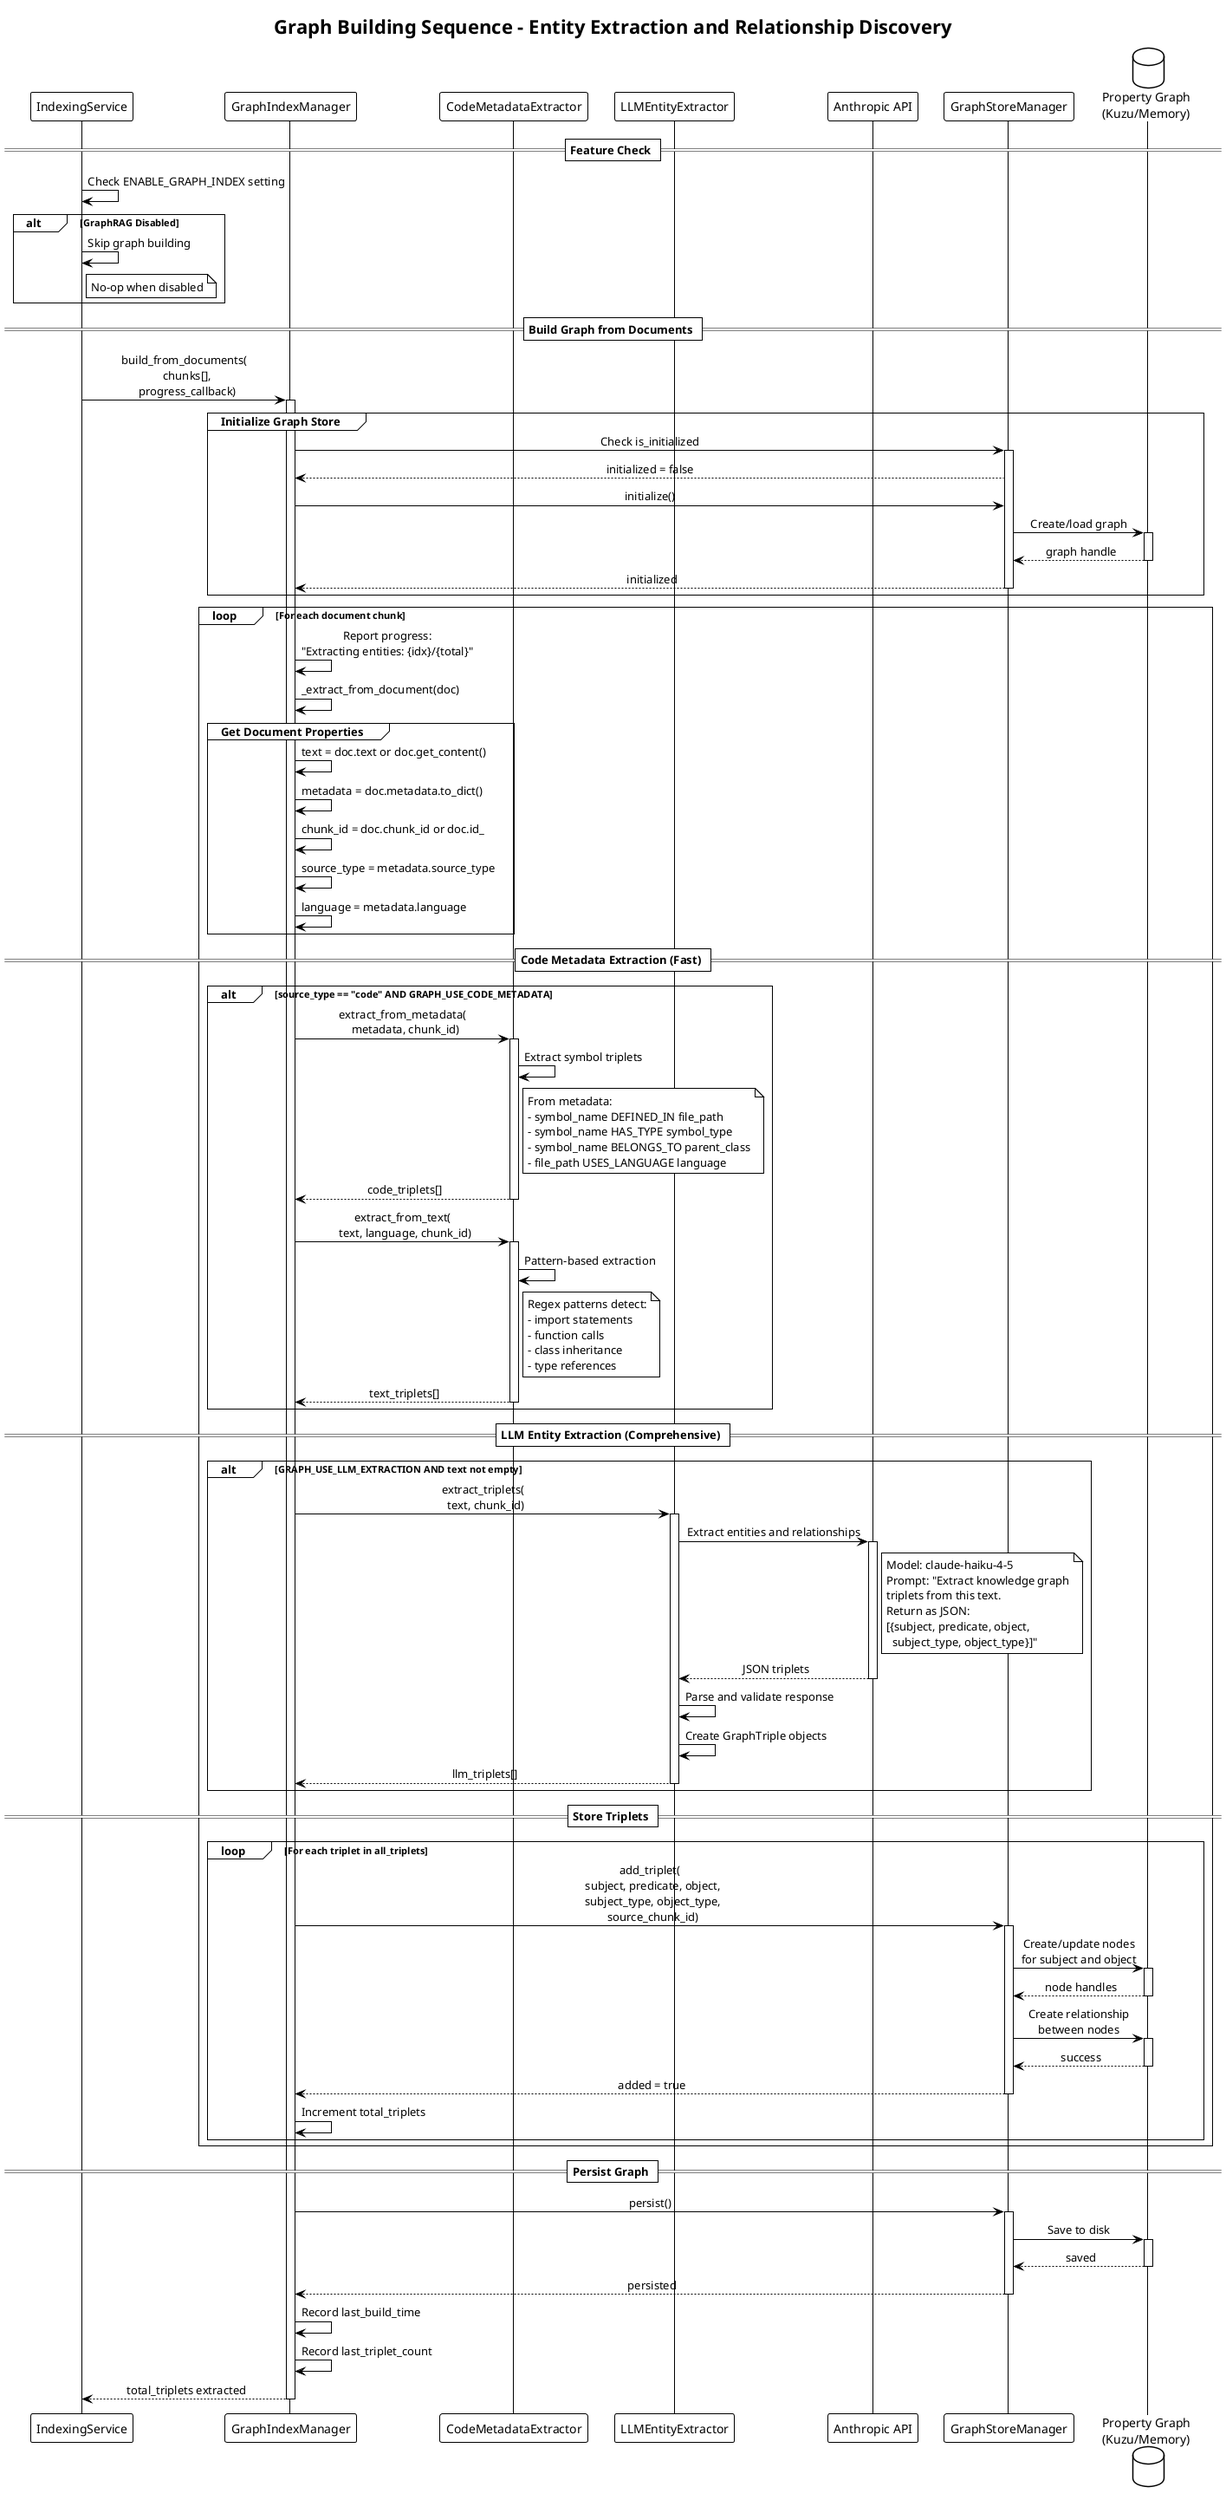
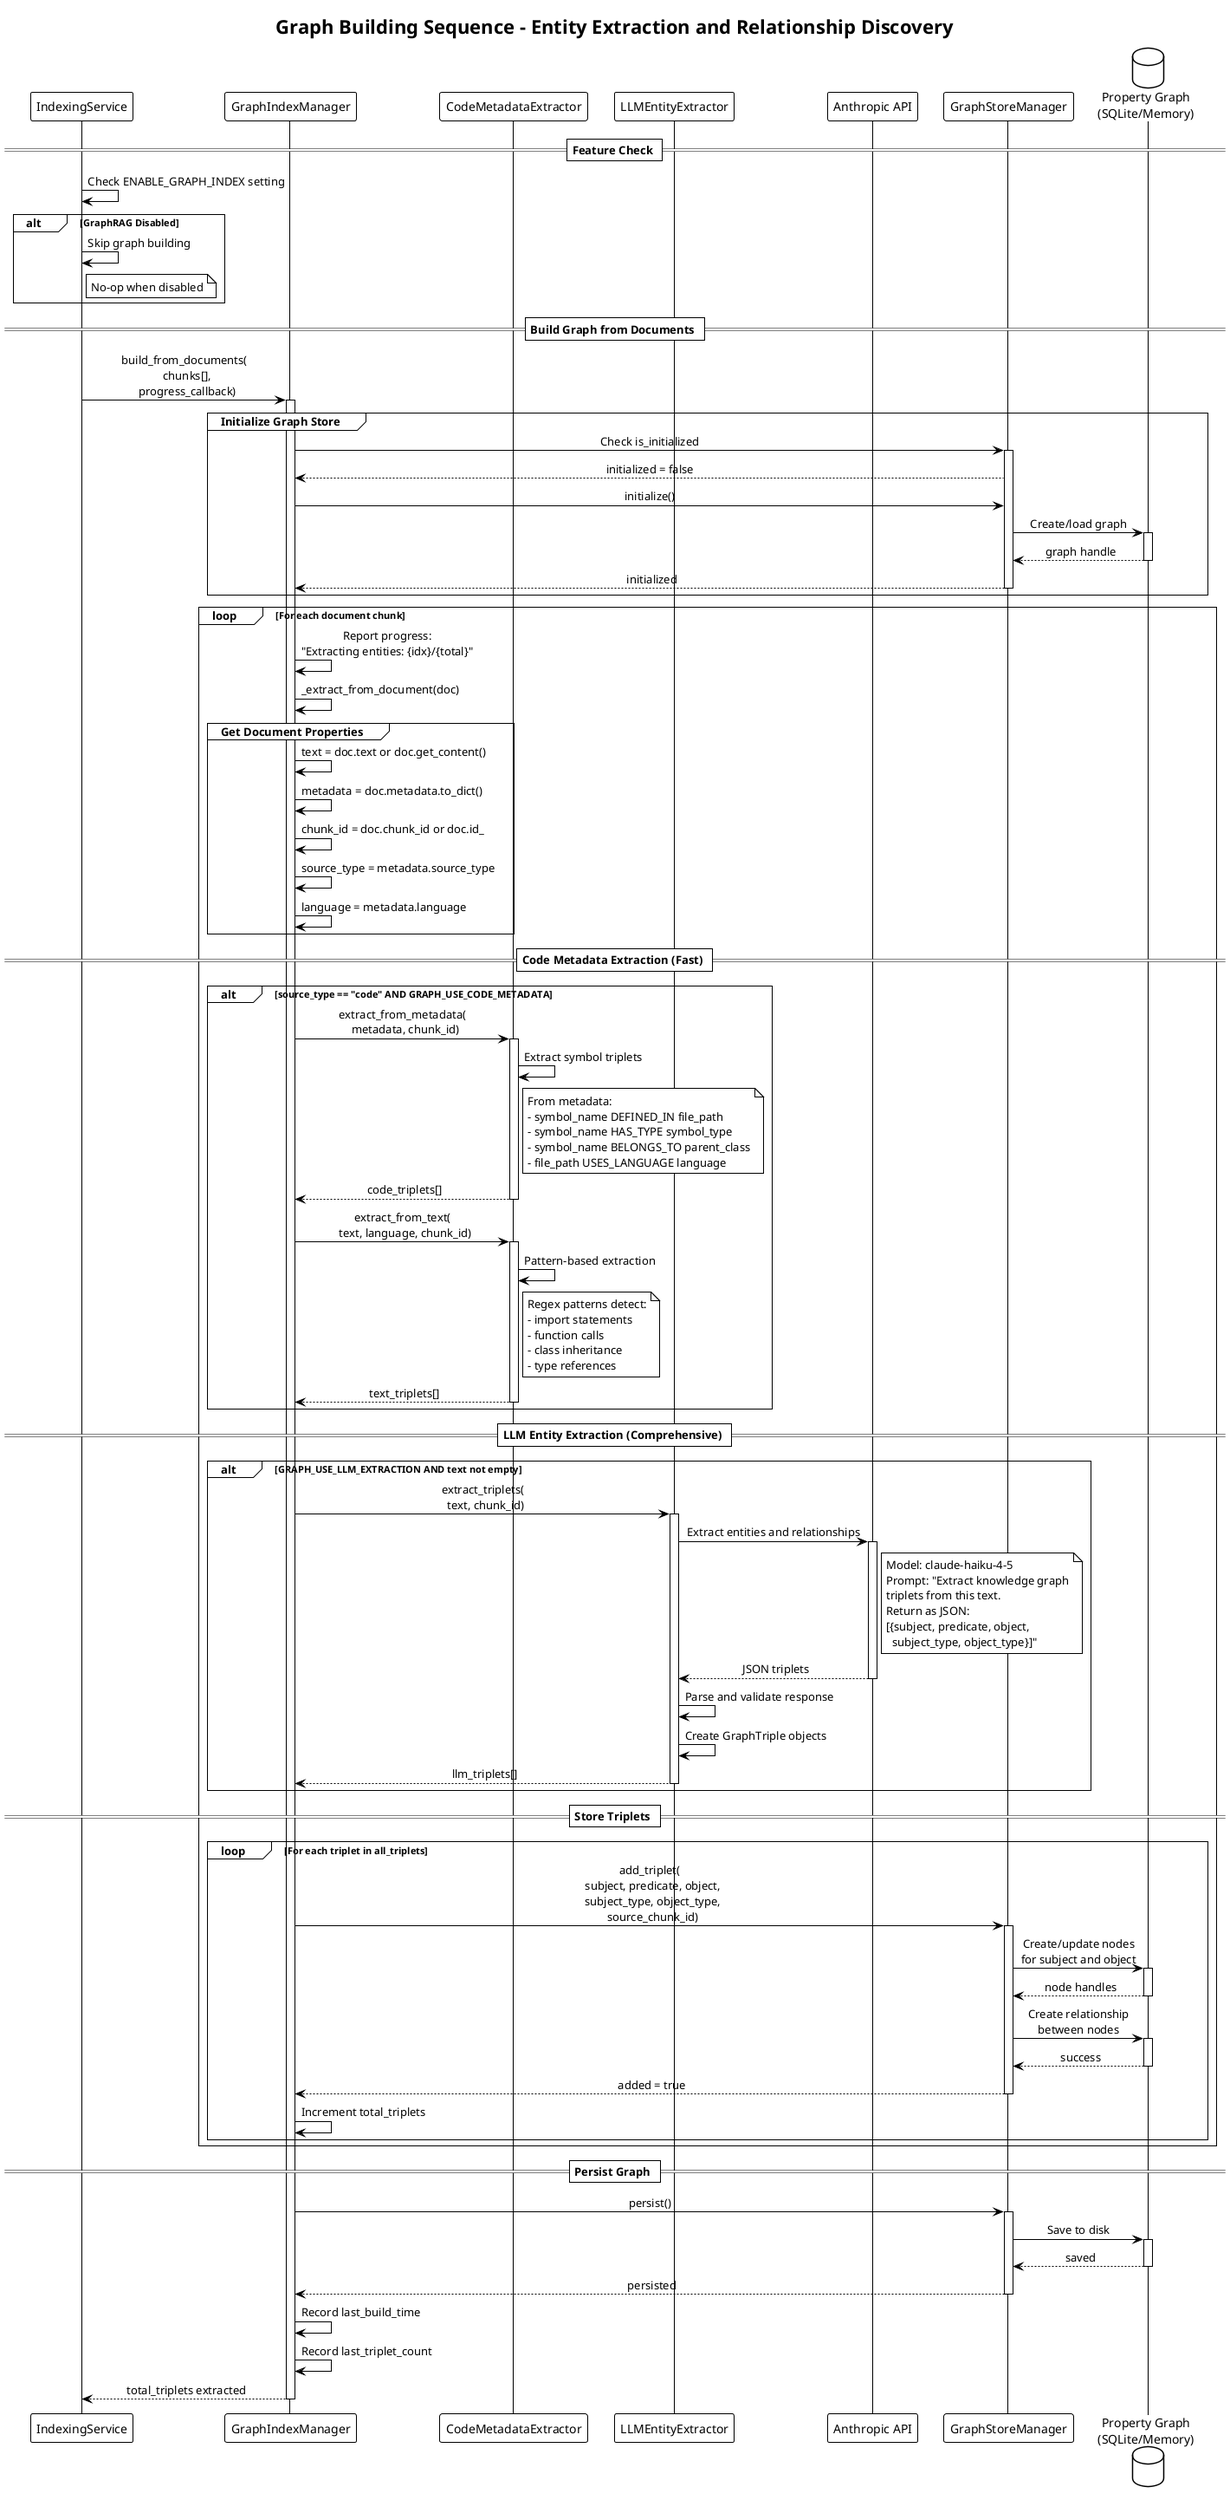
@startuml Graph Building Sequence
!theme plain
skinparam sequenceMessageAlign center
skinparam responseMessageBelowArrow true

title Graph Building Sequence - Entity Extraction and Relationship Discovery

participant "IndexingService" as IS
participant "GraphIndexManager" as GIM
participant "CodeMetadataExtractor" as CME
participant "LLMEntityExtractor" as LLM
participant "Anthropic API" as Claude
participant "GraphStoreManager" as GSM
- database "Property Graph\n(Kuzu/Memory)" as Graph
+ database "Property Graph\n(SQLite/Memory)" as Graph

== Feature Check ==

IS -> IS : Check ENABLE_GRAPH_INDEX setting

alt GraphRAG Disabled
    IS -> IS : Skip graph building
    note right of IS: No-op when disabled
end

== Build Graph from Documents ==

IS -> GIM : build_from_documents(\n  chunks[],\n  progress_callback)
activate GIM

group Initialize Graph Store
    GIM -> GSM : Check is_initialized
    activate GSM
    GSM --> GIM : initialized = false

    GIM -> GSM : initialize()
    GSM -> Graph : Create/load graph
    activate Graph
    Graph --> GSM : graph handle
    deactivate Graph
    GSM --> GIM : initialized
    deactivate GSM
end

loop For each document chunk

    GIM -> GIM : Report progress:\n"Extracting entities: {idx}/{total}"

    GIM -> GIM : _extract_from_document(doc)

    group Get Document Properties
        GIM -> GIM : text = doc.text or doc.get_content()
        GIM -> GIM : metadata = doc.metadata.to_dict()
        GIM -> GIM : chunk_id = doc.chunk_id or doc.id_
        GIM -> GIM : source_type = metadata.source_type
        GIM -> GIM : language = metadata.language
    end

    == Code Metadata Extraction (Fast) ==

    alt source_type == "code" AND GRAPH_USE_CODE_METADATA
        GIM -> CME : extract_from_metadata(\n  metadata, chunk_id)
        activate CME

        CME -> CME : Extract symbol triplets
        note right of CME
            From metadata:
            - symbol_name DEFINED_IN file_path
            - symbol_name HAS_TYPE symbol_type
            - symbol_name BELONGS_TO parent_class
            - file_path USES_LANGUAGE language
        end note

        CME --> GIM : code_triplets[]
        deactivate CME

        GIM -> CME : extract_from_text(\n  text, language, chunk_id)
        activate CME

        CME -> CME : Pattern-based extraction
        note right of CME
            Regex patterns detect:
            - import statements
            - function calls
            - class inheritance
            - type references
        end note

        CME --> GIM : text_triplets[]
        deactivate CME
    end

    == LLM Entity Extraction (Comprehensive) ==

    alt GRAPH_USE_LLM_EXTRACTION AND text not empty
        GIM -> LLM : extract_triplets(\n  text, chunk_id)
        activate LLM

        LLM -> Claude : Extract entities and relationships
        activate Claude
        note right of Claude
            Model: claude-haiku-4-5
            Prompt: "Extract knowledge graph
            triplets from this text.
            Return as JSON:
            [{subject, predicate, object,
              subject_type, object_type}]"
        end note

        Claude --> LLM : JSON triplets
        deactivate Claude

        LLM -> LLM : Parse and validate response
        LLM -> LLM : Create GraphTriple objects

        LLM --> GIM : llm_triplets[]
        deactivate LLM
    end

    == Store Triplets ==

    loop For each triplet in all_triplets

        GIM -> GSM : add_triplet(\n  subject, predicate, object,\n  subject_type, object_type,\n  source_chunk_id)
        activate GSM

        GSM -> Graph : Create/update nodes\nfor subject and object
        activate Graph
        Graph --> GSM : node handles
        deactivate Graph

        GSM -> Graph : Create relationship\nbetween nodes
        activate Graph
        Graph --> GSM : success
        deactivate Graph

        GSM --> GIM : added = true
        deactivate GSM

        GIM -> GIM : Increment total_triplets
    end

end

== Persist Graph ==

GIM -> GSM : persist()
activate GSM
GSM -> Graph : Save to disk
activate Graph
Graph --> GSM : saved
deactivate Graph
GSM --> GIM : persisted
deactivate GSM

GIM -> GIM : Record last_build_time
GIM -> GIM : Record last_triplet_count

GIM --> IS : total_triplets extracted
deactivate GIM

@enduml